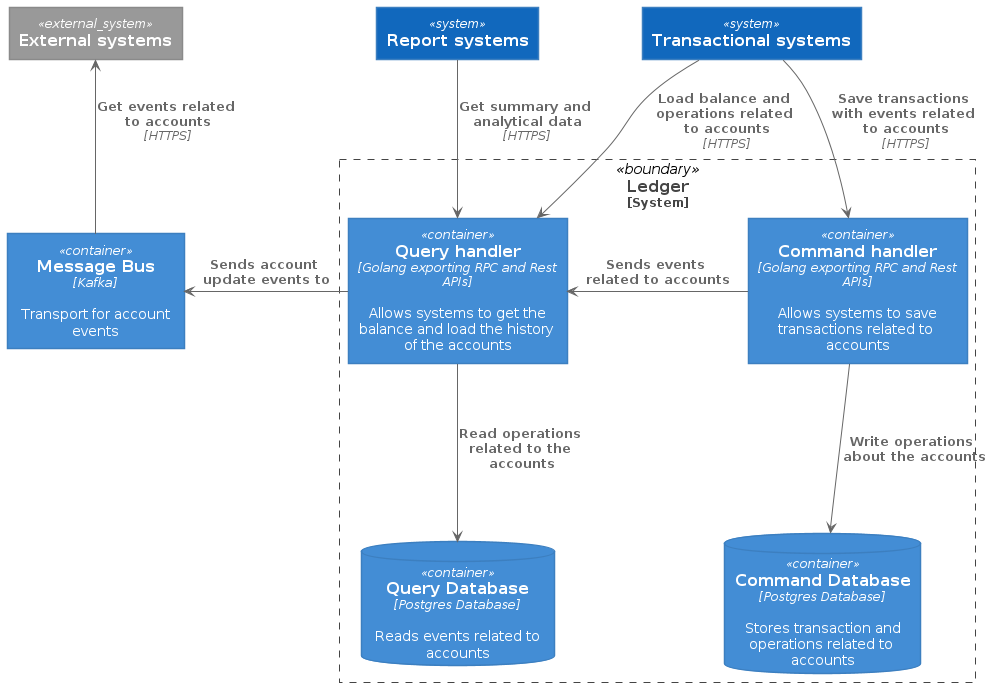
Before: docs/c4model/level_2_step_by_step/level_2_c_container_diagram.png, a diagram exported from PlantUML (fernandodr19/the-amazing-ledger).
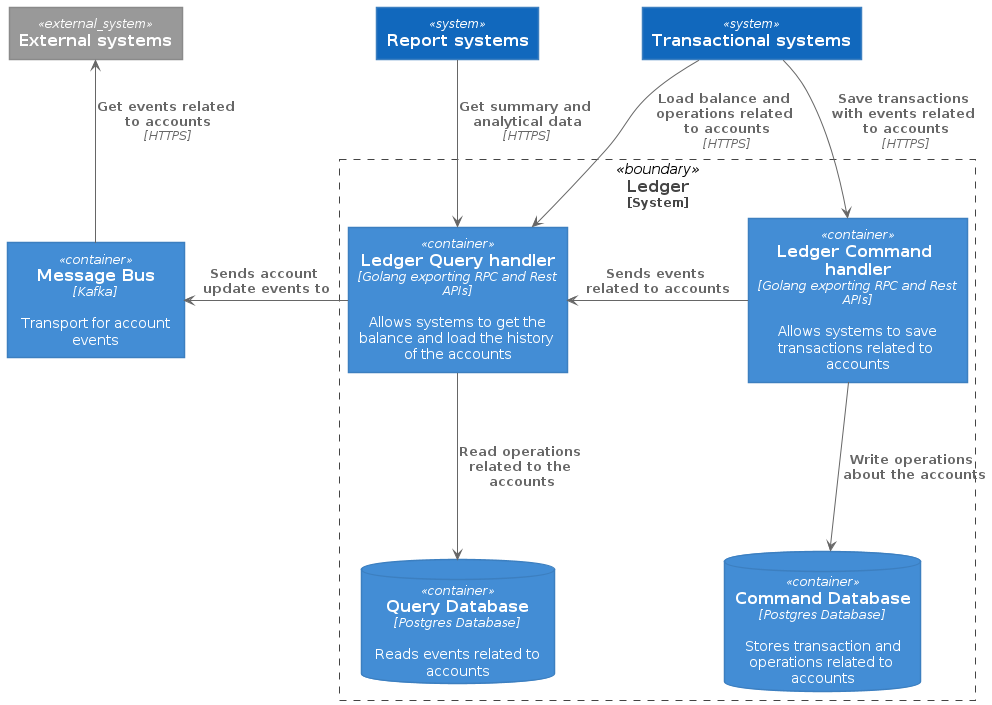
After the change.

What changed in the source:
```diff
@@ -10,8 +10,8 @@
 System_Ext(external_systems, "External systems")
 
 System_Boundary(ledger, "Ledger") {
-    Container(ledger_command_api, "Command handler", "Golang exporting RPC and Rest APIs", "Allows systems to save transactions related to accounts")
-    Container(ledger_query_api, "Query handler", "Golang exporting RPC and Rest APIs", "Allows systems to get the balance and load the history of the accounts")
+    Container(ledger_command_api, "Ledger Command handler", "Golang exporting RPC and Rest APIs", "Allows systems to save transactions related to accounts")
+    Container(ledger_query_api, "Ledger Query handler", "Golang exporting RPC and Rest APIs", "Allows systems to get the balance and load the history of the accounts")
     ContainerDb(query_database, "Query Database", "Postgres Database", "Reads events related to accounts")
     ContainerDb(command_database, "Command Database", "Postgres Database", "Stores transaction and operations related to accounts")
 }
```
